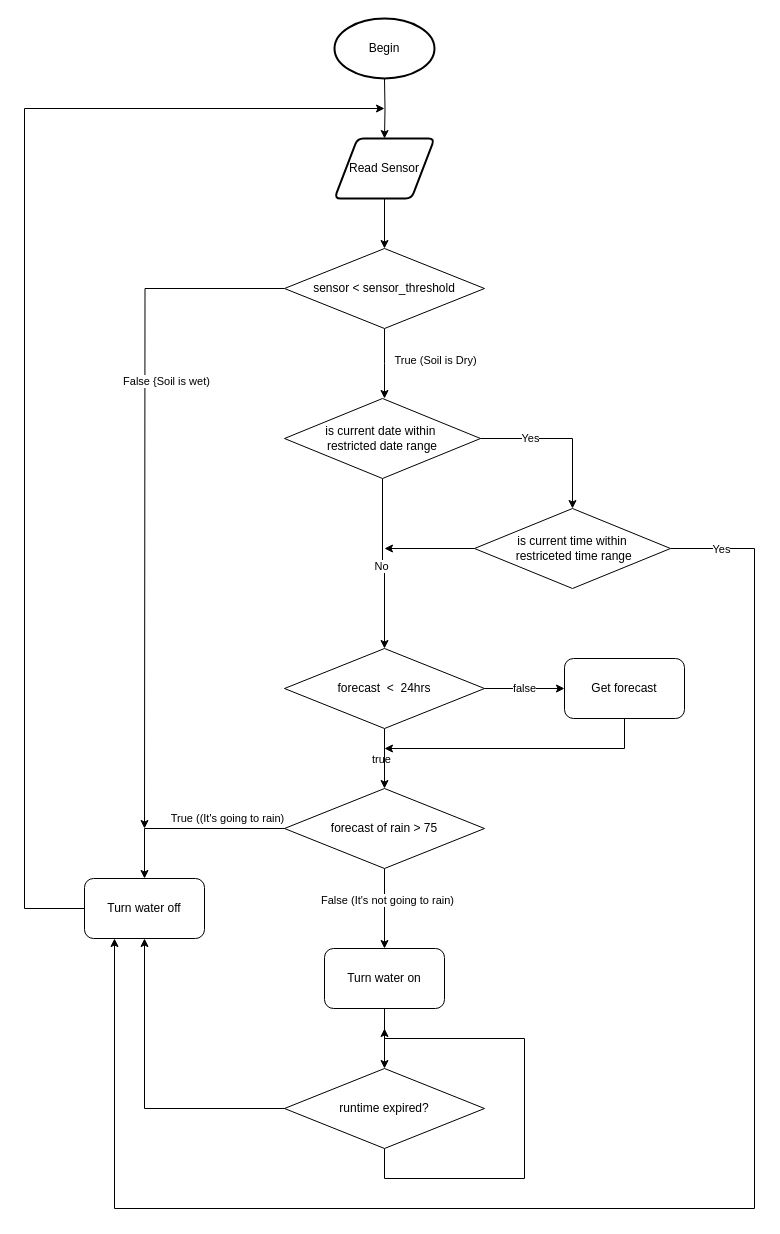
Earlier version of the draw.io diagram Untitled Diagram.drawio (TamaMak/at1). Source tidied: cells renumbered, new cells numbered last; positions are measured from the earlier drawing's top-left corner, leaving out a move shared by most shapes. Both pictures are drawn from the tidied source at 100%, with x=0, y=0 at pixel (24, 18).
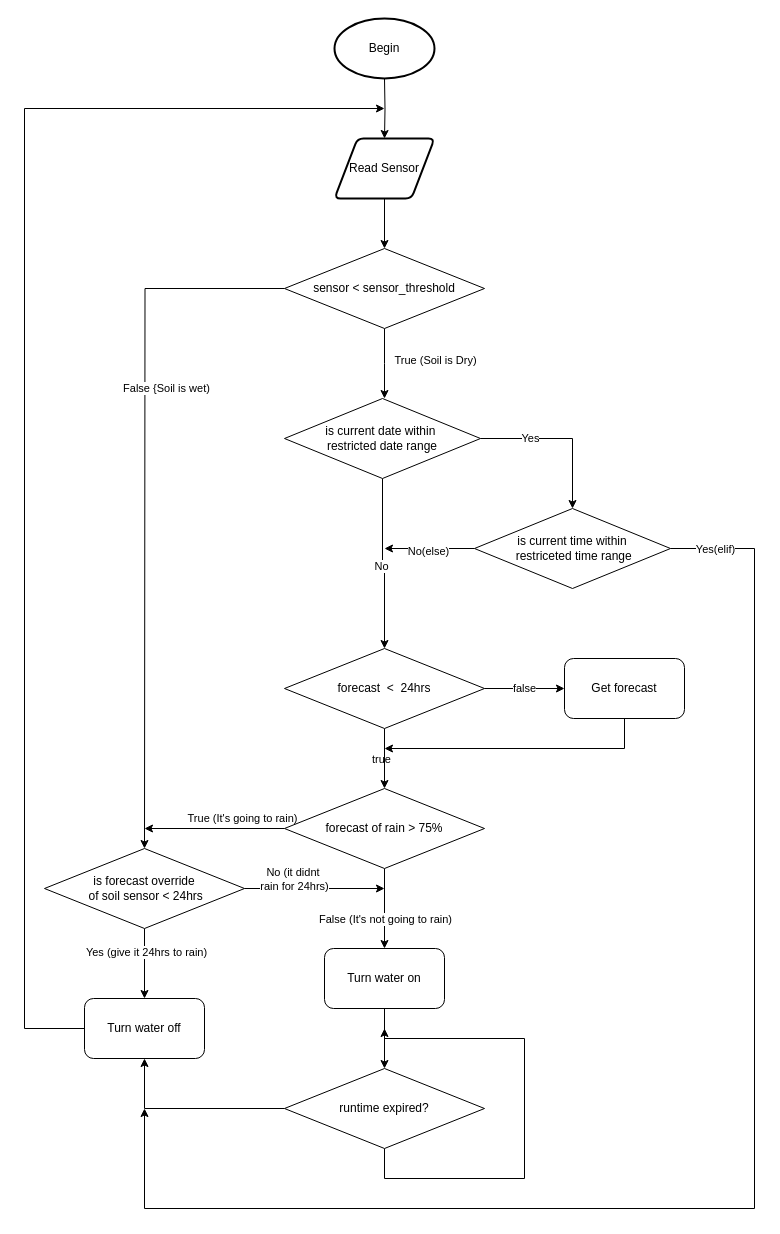
The same diagram, later.

Unchanged cells that the change refers to:
```xml
<mxCell id="9" value="sensor &amp;lt; sensor_threshold" style="rhombus;whiteSpace=wrap;html=1;" parent="1" vertex="1">
  <mxGeometry x="260" y="230" width="200" height="80" as="geometry" />
</mxCell>
<mxCell id="18" style="edgeStyle=orthogonalEdgeStyle;rounded=0;jettySize=auto;html=1;exitX=0.5;exitY=1;exitDx=0;exitDy=0;" parent="1" edge="1" source="20" target="11">
  <mxGeometry relative="1" as="geometry" />
</mxCell>
<mxCell id="33" style="edgeStyle=orthogonalEdgeStyle;rounded=0;jettySize=auto;html=1;" parent="1" edge="1" source="36">
  <mxGeometry relative="1" as="geometry">
    <mxPoint x="360" y="530" as="targetPoint" />
  </mxGeometry>
</mxCell>
<mxCell id="36" value="is current time within&lt;div&gt;&amp;nbsp;restriceted time range&lt;/div&gt;" style="rhombus;whiteSpace=wrap;html=1;" parent="1" vertex="1">
  <mxGeometry x="450" y="490" width="196" height="80" as="geometry" />
</mxCell>
```

The edit, as a diff of the source:
```diff
@@
     <mxCell id="7" style="edgeStyle=orthogonalEdgeStyle;rounded=0;jettySize=auto;html=1;" parent="1" edge="1" source="9">
       <mxGeometry relative="1" as="geometry">
-        <mxPoint x="120" y="810" as="targetPoint" />
+        <mxPoint x="120" y="830" as="targetPoint" />
       </mxGeometry>
     </mxCell>
@@
     <mxCell id="15" style="edgeStyle=orthogonalEdgeStyle;rounded=0;jettySize=auto;html=1;exitX=0;exitY=0.5;exitDx=0;exitDy=0;" parent="1" edge="1" source="16">
       <mxGeometry relative="1" as="geometry">
         <mxPoint x="360" y="90" as="targetPoint" />
         <Array as="points">
-          <mxPoint y="890" />
+          <mxPoint y="1010" />
           <mxPoint y="90" />
         </Array>
       </mxGeometry>
     </mxCell>
     <mxCell id="16" value="Turn water off" style="rounded=1;whiteSpace=wrap;html=1;" parent="1" vertex="1">
-      <mxGeometry x="60" y="860" width="120" height="60" as="geometry" />
+      <mxGeometry x="60" y="980" width="120" height="60" as="geometry" />
     </mxCell>
-    <mxCell id="17" value="True ((It's going to rain)" style="edgeStyle=orthogonalEdgeStyle;rounded=0;jettySize=auto;html=1;entryX=0.5;entryY=0;entryDx=0;entryDy=0;" parent="1" edge="1" source="20" target="16">
-      <mxGeometry x="-0.4" y="-10" relative="1" as="geometry" />
+    <mxCell id="17" value="True (It's going to rain)" style="edgeStyle=orthogonalEdgeStyle;rounded=0;jettySize=auto;html=1;" parent="1" edge="1" source="20">
+      <mxGeometry x="-0.4" y="-10" relative="1" as="geometry">
+        <mxPoint x="120" y="810" as="targetPoint" />
+      </mxGeometry>
     </mxCell>
@@
     <mxCell id="19" value="False (It's not going to rain)" style="edgeLabel;html=1;align=center;verticalAlign=middle;" parent="18" vertex="1">
-      <mxGeometry x="-0.23" y="2" relative="1" as="geometry" />
+      <mxGeometry x="-0.23" y="2" relative="1" as="geometry">
+        <mxPoint x="-2" y="19" as="offset" />
+      </mxGeometry>
     </mxCell>
-    <mxCell id="20" value="forecast of rain &amp;gt; 75" style="rhombus;whiteSpace=wrap;html=1;" parent="1" vertex="1">
+    <mxCell id="20" value="forecast of rain &amp;gt; 75%" style="rhombus;whiteSpace=wrap;html=1;" parent="1" vertex="1">
       <mxGeometry x="260" y="770" width="200" height="80" as="geometry" />
     </mxCell>
@@
+    <mxCell id="37" value="No(else)" style="edgeLabel;html=1;align=center;verticalAlign=middle;" parent="33" vertex="1">
+      <mxGeometry x="0.03" y="2" relative="1" as="geometry" />
+    </mxCell>
-    <mxCell id="34" style="edgeStyle=orthogonalEdgeStyle;rounded=0;jettySize=auto;html=1;entryX=0.25;entryY=1;entryDx=0;entryDy=0;" parent="1" edge="1" source="36" target="16">
+    <mxCell id="34" style="edgeStyle=orthogonalEdgeStyle;rounded=0;jettySize=auto;html=1;" parent="1" edge="1" source="36">
       <mxGeometry relative="1" as="geometry">
+        <mxPoint x="120" y="1090" as="targetPoint" />
         <Array as="points">
           <mxPoint x="730" y="530" />
           <mxPoint x="730" y="1190" />
-          <mxPoint x="90" y="1190" />
+          <mxPoint x="120" y="1190" />
         </Array>
       </mxGeometry>
     </mxCell>
-    <mxCell id="35" value="Yes" style="edgeLabel;html=1;align=center;verticalAlign=middle;" parent="34" vertex="1">
+    <mxCell id="35" value="Yes(elif)" style="edgeLabel;html=1;align=center;verticalAlign=middle;" parent="34" vertex="1">
       <mxGeometry x="-0.94" relative="1" as="geometry" />
     </mxCell>
@@
+    <mxCell id="38" style="edgeStyle=orthogonalEdgeStyle;rounded=0;jettySize=auto;html=1;" parent="1" edge="1" source="42">
+      <mxGeometry relative="1" as="geometry">
+        <mxPoint x="360" y="870" as="targetPoint" />
+      </mxGeometry>
+    </mxCell>
+    <mxCell id="39" value="No (it didnt&amp;nbsp;&lt;div&gt;rain for 24hrs)&lt;/div&gt;" style="edgeLabel;html=1;align=center;verticalAlign=middle;" parent="38" vertex="1">
+      <mxGeometry x="-0.51" y="-2" relative="1" as="geometry">
+        <mxPoint x="15" y="-12" as="offset" />
+      </mxGeometry>
+    </mxCell>
+    <mxCell id="40" style="edgeStyle=orthogonalEdgeStyle;rounded=0;jettySize=auto;html=1;" parent="1" edge="1" source="42" target="16">
+      <mxGeometry relative="1" as="geometry" />
+    </mxCell>
+    <mxCell id="41" value="Yes (give it 24hrs to rain)" style="edgeLabel;html=1;align=center;verticalAlign=middle;" parent="40" vertex="1">
+      <mxGeometry x="-0.34" y="1" relative="1" as="geometry" />
+    </mxCell>
+    <mxCell id="42" value="is forecast override&lt;div&gt;&amp;nbsp;of soil sensor &amp;lt; 24hrs&lt;/div&gt;" style="rhombus;whiteSpace=wrap;html=1;" parent="1" vertex="1">
+      <mxGeometry x="20" y="830" width="200" height="80" as="geometry" />
+    </mxCell>
```
